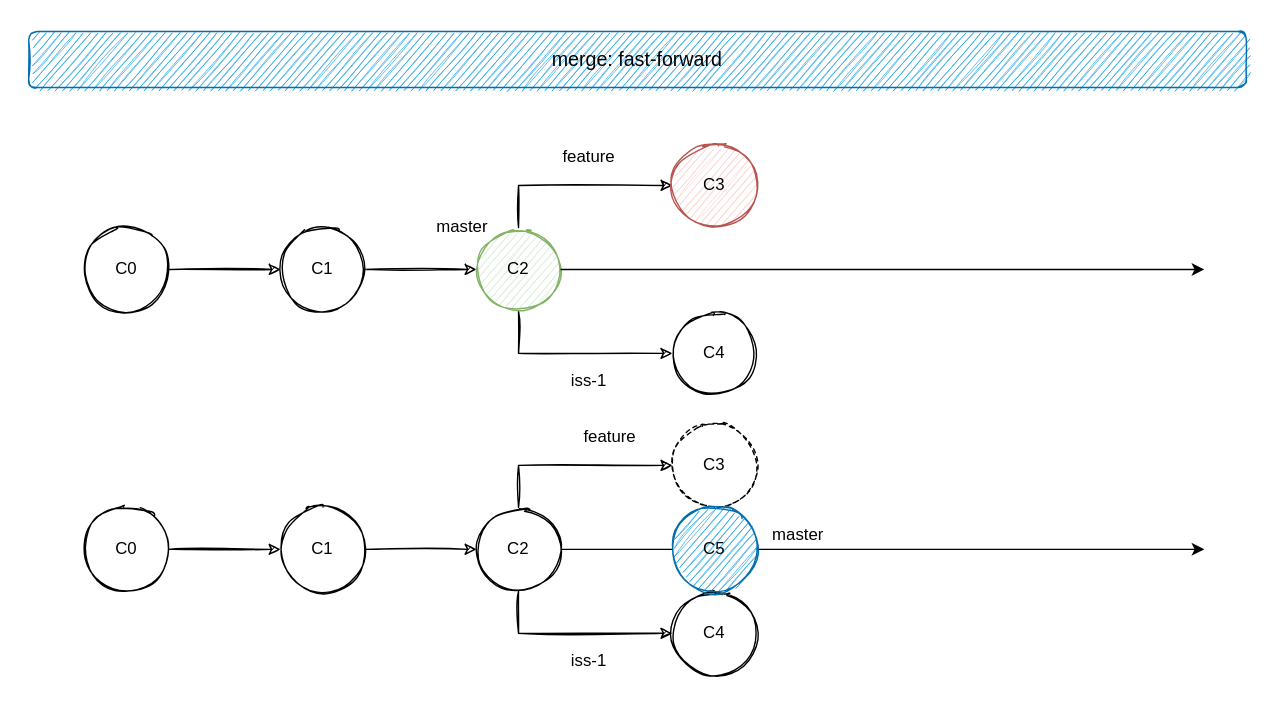
The draw.io diagram 03-工作环境/images/merge.svg in cd-home/Root, before a commit. Source tidied: cells renumbered, new cells last; positions are measured from the earlier drawing's top-left corner, leaving out a move shared by most shapes.
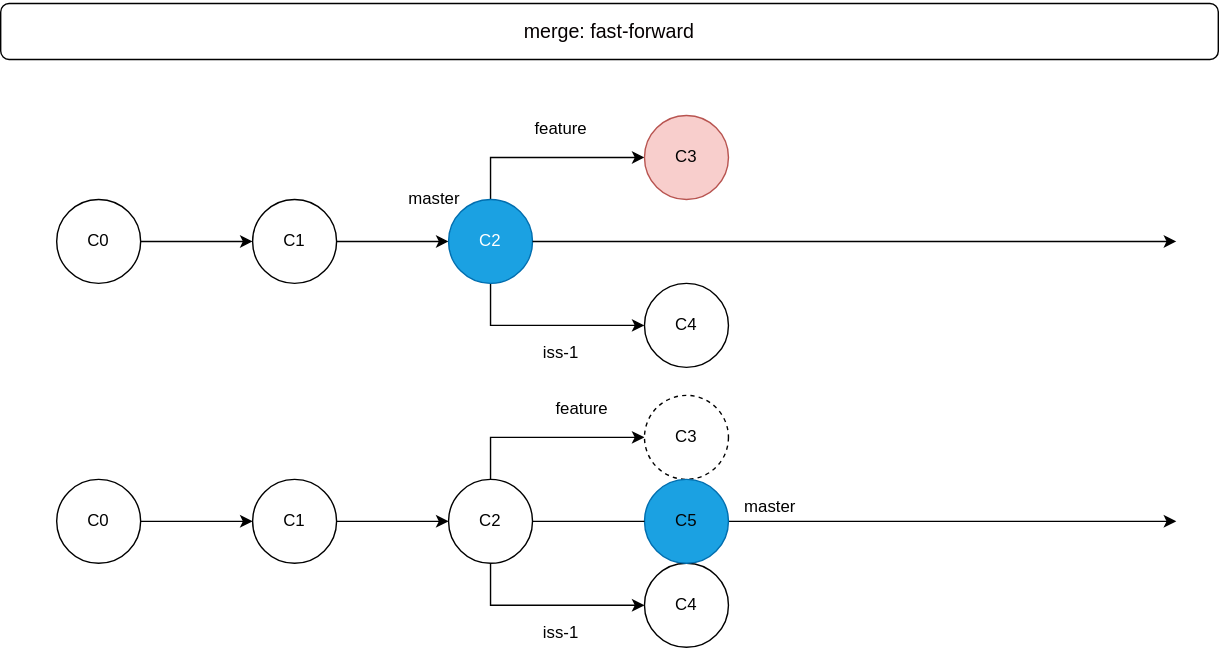
After the commit.

Diff of the diagram source:
```diff
@@ -2,51 +2,51 @@
   <root>
     <mxCell id="0" />
     <mxCell id="1" parent="0" />
-    <mxCell id="2" value="&lt;h3&gt;&lt;font style=&quot;font-weight: normal;&quot; color=&quot;#050001&quot;&gt;merge: fast-forward&lt;/font&gt;&lt;/h3&gt;" style="rounded=1;whiteSpace=wrap;html=1;sketch=1;fillColor=#1ba1e2;fontColor=#ffffff;strokeColor=#006EAF;" parent="1" vertex="1">
+    <mxCell id="2" value="&lt;h3&gt;&lt;font style=&quot;font-weight: normal;&quot; color=&quot;#050001&quot;&gt;merge: fast-forward&lt;/font&gt;&lt;/h3&gt;" style="rounded=1;whiteSpace=wrap;html=1;" parent="1" vertex="1">
       <mxGeometry width="870" height="40" as="geometry" />
     </mxCell>
-    <mxCell id="3" style="edgeStyle=orthogonalEdgeStyle;rounded=0;jettySize=auto;html=1;sketch=1;" parent="1" edge="1" source="4" target="6">
+    <mxCell id="3" style="edgeStyle=orthogonalEdgeStyle;rounded=0;jettySize=auto;html=1;" parent="1" edge="1" source="4" target="6">
       <mxGeometry relative="1" as="geometry" />
     </mxCell>
-    <mxCell id="4" value="C0" style="ellipse;whiteSpace=wrap;html=1;fillColor=#FFFFFF;sketch=1;" parent="1" vertex="1">
+    <mxCell id="4" value="C0" style="ellipse;whiteSpace=wrap;html=1;fillColor=#FFFFFF;" parent="1" vertex="1">
       <mxGeometry x="40" y="140" width="60" height="60" as="geometry" />
     </mxCell>
-    <mxCell id="5" style="edgeStyle=orthogonalEdgeStyle;rounded=0;jettySize=auto;html=1;sketch=1;" parent="1" edge="1" source="6" target="9">
+    <mxCell id="5" style="edgeStyle=orthogonalEdgeStyle;rounded=0;jettySize=auto;html=1;" parent="1" edge="1" source="6" target="9">
       <mxGeometry relative="1" as="geometry" />
     </mxCell>
-    <mxCell id="6" value="C1" style="ellipse;whiteSpace=wrap;html=1;fillColor=#FFFFFF;sketch=1;" parent="1" vertex="1">
+    <mxCell id="6" value="C1" style="ellipse;whiteSpace=wrap;html=1;fillColor=#FFFFFF;" parent="1" vertex="1">
       <mxGeometry x="180" y="140" width="60" height="60" as="geometry" />
     </mxCell>
-    <mxCell id="7" style="edgeStyle=orthogonalEdgeStyle;rounded=0;jettySize=auto;html=1;exitX=0.5;exitY=1;exitDx=0;exitDy=0;entryX=0;entryY=0.5;entryDx=0;entryDy=0;sketch=1;" parent="1" edge="1" source="9" target="10">
+    <mxCell id="7" style="edgeStyle=orthogonalEdgeStyle;rounded=0;jettySize=auto;html=1;exitX=0.5;exitY=1;exitDx=0;exitDy=0;entryX=0;entryY=0.5;entryDx=0;entryDy=0;" parent="1" edge="1" source="9" target="10">
       <mxGeometry relative="1" as="geometry">
         <Array as="points">
           <mxPoint x="350" y="230" />
         </Array>
       </mxGeometry>
     </mxCell>
-    <mxCell id="8" style="edgeStyle=orthogonalEdgeStyle;rounded=0;jettySize=auto;html=1;entryX=0;entryY=0.5;entryDx=0;entryDy=0;sketch=1;" parent="1" edge="1" source="9" target="11">
+    <mxCell id="8" style="edgeStyle=orthogonalEdgeStyle;rounded=0;jettySize=auto;html=1;entryX=0;entryY=0.5;entryDx=0;entryDy=0;" parent="1" edge="1" source="9" target="11">
       <mxGeometry relative="1" as="geometry">
         <Array as="points">
           <mxPoint x="350" y="110" />
         </Array>
       </mxGeometry>
     </mxCell>
-    <mxCell id="9" value="C2" style="ellipse;whiteSpace=wrap;html=1;fillColor=#d5e8d4;sketch=1;strokeColor=#82b366;" parent="1" vertex="1">
+    <mxCell id="9" value="C2" style="ellipse;whiteSpace=wrap;html=1;fillColor=#1ba1e2;strokeColor=#006EAF;fontColor=#ffffff;" parent="1" vertex="1">
       <mxGeometry x="320" y="140" width="60" height="60" as="geometry" />
     </mxCell>
-    <mxCell id="10" value="C4" style="ellipse;whiteSpace=wrap;html=1;fillColor=#FFFFFF;sketch=1;" parent="1" vertex="1">
+    <mxCell id="10" value="C4" style="ellipse;whiteSpace=wrap;html=1;fillColor=#FFFFFF;" parent="1" vertex="1">
       <mxGeometry x="460" y="200" width="60" height="60" as="geometry" />
     </mxCell>
-    <mxCell id="11" value="C3" style="ellipse;whiteSpace=wrap;html=1;fillColor=#f8cecc;sketch=1;strokeColor=#b85450;" parent="1" vertex="1">
+    <mxCell id="11" value="C3" style="ellipse;whiteSpace=wrap;html=1;fillColor=#f8cecc;strokeColor=#b85450;" parent="1" vertex="1">
       <mxGeometry x="460" y="80" width="60" height="60" as="geometry" />
     </mxCell>
-    <mxCell id="12" value="master" style="text;html=1;strokeColor=none;fillColor=none;align=center;verticalAlign=middle;whiteSpace=wrap;rounded=0;sketch=1;" parent="1" vertex="1">
+    <mxCell id="12" value="master" style="text;html=1;strokeColor=none;fillColor=none;align=center;verticalAlign=middle;whiteSpace=wrap;rounded=0;" parent="1" vertex="1">
       <mxGeometry x="290" y="130" width="40" height="20" as="geometry" />
     </mxCell>
-    <mxCell id="13" value="feature" style="text;html=1;align=center;verticalAlign=middle;strokeColor=none;sketch=1;" parent="1" vertex="1">
+    <mxCell id="13" value="feature" style="text;html=1;align=center;verticalAlign=middle;strokeColor=none;" parent="1" vertex="1">
       <mxGeometry x="375" y="80" width="50" height="20" as="geometry" />
     </mxCell>
-    <mxCell id="14" value="iss-1" style="text;html=1;align=center;verticalAlign=middle;strokeColor=none;sketch=1;" parent="1" vertex="1">
+    <mxCell id="14" value="iss-1" style="text;html=1;align=center;verticalAlign=middle;strokeColor=none;" parent="1" vertex="1">
       <mxGeometry x="380" y="240" width="40" height="20" as="geometry" />
     </mxCell>
     <mxCell id="15" style="endArrow=classic;html=1;rounded=0;exitX=1;exitY=0.5;exitDx=0;exitDy=0;" parent="1" edge="1" source="9">
@@ -54,48 +54,48 @@
         <mxPoint x="840" y="170" as="targetPoint" />
       </mxGeometry>
     </mxCell>
-    <mxCell id="16" style="edgeStyle=orthogonalEdgeStyle;rounded=0;jettySize=auto;html=1;sketch=1;" parent="1" edge="1" source="17" target="19">
+    <mxCell id="16" style="edgeStyle=orthogonalEdgeStyle;rounded=0;jettySize=auto;html=1;" parent="1" edge="1" source="17" target="19">
       <mxGeometry relative="1" as="geometry" />
     </mxCell>
-    <mxCell id="17" value="C0" style="ellipse;whiteSpace=wrap;html=1;fillColor=#FFFFFF;sketch=1;" parent="1" vertex="1">
+    <mxCell id="17" value="C0" style="ellipse;whiteSpace=wrap;html=1;fillColor=#FFFFFF;" parent="1" vertex="1">
       <mxGeometry x="40" y="340" width="60" height="60" as="geometry" />
     </mxCell>
-    <mxCell id="18" style="edgeStyle=orthogonalEdgeStyle;rounded=0;jettySize=auto;html=1;sketch=1;" parent="1" edge="1" source="19" target="22">
+    <mxCell id="18" style="edgeStyle=orthogonalEdgeStyle;rounded=0;jettySize=auto;html=1;" parent="1" edge="1" source="19" target="22">
       <mxGeometry relative="1" as="geometry" />
     </mxCell>
-    <mxCell id="19" value="C1" style="ellipse;whiteSpace=wrap;html=1;fillColor=#FFFFFF;sketch=1;" parent="1" vertex="1">
+    <mxCell id="19" value="C1" style="ellipse;whiteSpace=wrap;html=1;fillColor=#FFFFFF;" parent="1" vertex="1">
       <mxGeometry x="180" y="340" width="60" height="60" as="geometry" />
     </mxCell>
-    <mxCell id="20" style="edgeStyle=orthogonalEdgeStyle;rounded=0;jettySize=auto;html=1;exitX=0.5;exitY=1;exitDx=0;exitDy=0;entryX=0;entryY=0.5;entryDx=0;entryDy=0;sketch=1;" parent="1" edge="1" source="22" target="23">
+    <mxCell id="20" style="edgeStyle=orthogonalEdgeStyle;rounded=0;jettySize=auto;html=1;exitX=0.5;exitY=1;exitDx=0;exitDy=0;entryX=0;entryY=0.5;entryDx=0;entryDy=0;" parent="1" edge="1" source="22" target="23">
       <mxGeometry relative="1" as="geometry">
         <Array as="points">
           <mxPoint x="350" y="430" />
         </Array>
       </mxGeometry>
     </mxCell>
-    <mxCell id="21" style="edgeStyle=orthogonalEdgeStyle;rounded=0;jettySize=auto;html=1;entryX=0;entryY=0.5;entryDx=0;entryDy=0;sketch=1;" parent="1" edge="1" source="22" target="24">
+    <mxCell id="21" style="edgeStyle=orthogonalEdgeStyle;rounded=0;jettySize=auto;html=1;entryX=0;entryY=0.5;entryDx=0;entryDy=0;" parent="1" edge="1" source="22" target="24">
       <mxGeometry relative="1" as="geometry">
         <Array as="points">
           <mxPoint x="350" y="310" />
         </Array>
       </mxGeometry>
     </mxCell>
-    <mxCell id="22" value="C2" style="ellipse;whiteSpace=wrap;html=1;sketch=1;" parent="1" vertex="1">
+    <mxCell id="22" value="C2" style="ellipse;whiteSpace=wrap;html=1;" parent="1" vertex="1">
       <mxGeometry x="320" y="340" width="60" height="60" as="geometry" />
     </mxCell>
-    <mxCell id="23" value="C4" style="ellipse;whiteSpace=wrap;html=1;fillColor=#FFFFFF;sketch=1;" parent="1" vertex="1">
+    <mxCell id="23" value="C4" style="ellipse;whiteSpace=wrap;html=1;fillColor=#FFFFFF;" parent="1" vertex="1">
       <mxGeometry x="460" y="400" width="60" height="60" as="geometry" />
     </mxCell>
-    <mxCell id="24" value="C3" style="ellipse;whiteSpace=wrap;html=1;fillColor=#FFFFFF;sketch=1;dashed=1;" parent="1" vertex="1">
+    <mxCell id="24" value="C3" style="ellipse;whiteSpace=wrap;html=1;fillColor=#FFFFFF;dashed=1;" parent="1" vertex="1">
       <mxGeometry x="460" y="280" width="60" height="60" as="geometry" />
     </mxCell>
-    <mxCell id="25" value="master" style="text;html=1;strokeColor=none;fillColor=none;align=center;verticalAlign=middle;whiteSpace=wrap;rounded=0;sketch=1;" parent="1" vertex="1">
+    <mxCell id="25" value="master" style="text;html=1;strokeColor=none;fillColor=none;align=center;verticalAlign=middle;whiteSpace=wrap;rounded=0;" parent="1" vertex="1">
       <mxGeometry x="530" y="350" width="40" height="20" as="geometry" />
     </mxCell>
-    <mxCell id="26" value="feature" style="text;html=1;align=center;verticalAlign=middle;strokeColor=none;sketch=1;" parent="1" vertex="1">
+    <mxCell id="26" value="feature" style="text;html=1;align=center;verticalAlign=middle;strokeColor=none;" parent="1" vertex="1">
       <mxGeometry x="390" y="280" width="50" height="20" as="geometry" />
     </mxCell>
-    <mxCell id="27" value="iss-1" style="text;html=1;align=center;verticalAlign=middle;strokeColor=none;sketch=1;" parent="1" vertex="1">
+    <mxCell id="27" value="iss-1" style="text;html=1;align=center;verticalAlign=middle;strokeColor=none;" parent="1" vertex="1">
       <mxGeometry x="380" y="440" width="40" height="20" as="geometry" />
     </mxCell>
     <mxCell id="28" style="endArrow=classic;html=1;rounded=0;exitX=1;exitY=0.5;exitDx=0;exitDy=0;startArrow=none;" parent="1" edge="1" source="29">
@@ -103,7 +103,7 @@
         <mxPoint x="840" y="370" as="targetPoint" />
       </mxGeometry>
     </mxCell>
-    <mxCell id="29" value="&lt;font color=&quot;#050505&quot;&gt;C5&lt;/font&gt;" style="ellipse;whiteSpace=wrap;html=1;fillColor=#1ba1e2;sketch=1;fontColor=#ffffff;strokeColor=#006EAF;" parent="1" vertex="1">
+    <mxCell id="29" value="&lt;font color=&quot;#050505&quot;&gt;C5&lt;/font&gt;" style="ellipse;whiteSpace=wrap;html=1;fillColor=#1ba1e2;fontColor=#ffffff;strokeColor=#006EAF;" parent="1" vertex="1">
       <mxGeometry x="460" y="340" width="60" height="60" as="geometry" />
     </mxCell>
     <mxCell id="30" style="endArrow=none;html=1;rounded=0;exitX=1;exitY=0.5;exitDx=0;exitDy=0;" parent="1" edge="1" source="22" target="29">
```
